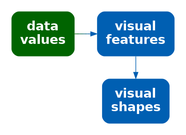
The Graphviz diagram Diagrams/data-vis-shape.png in pmur002/hdvw, before a commit. Its source is kept beside it as Diagrams/data-vis-shape.dot.
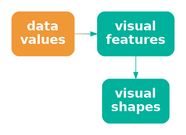
Later version of the same file.

What changed in the source:
```diff
@@ -1,12 +1,12 @@
 digraph {
   graph [ rankdir=LR; margin=.2; nodesep=.5 ];
   node [ fontsize=20; fontname="sans bold"; margin=.2 ];
-  data [ label="data\nvalues"; shape=box; style="filled, rounded"; penwidth=0; fontcolor=white; fillcolor="#006400" ]
+  data [ label="data\nvalues"; shape=box; style="filled, rounded"; penwidth=0; fontcolor=white; fillcolor="#F09736" ]
   vis [ label="visual\nfeatures"; shape=box;
-     style="filled, rounded"; penwidth=0; fontcolor=white; fillcolor="#005FB2" ]
+     style="filled, rounded"; penwidth=0; fontcolor=white; fillcolor="#00B19B" ]
   shape [ label="visual\nshapes"; shape=box;
-       style="filled, rounded"; penwidth=0; fontcolor=white; fillcolor="#005FB2" ]
-  data -> vis [ color="#006400;0.1:#006314;0.1:#006328;0.1:#00623B;0.1:#00624F;0.1:#006163;0.1:#006177;0.1:#00608A;0.1:#00609E;0.1:#005FB2;0.1" ]
-  vis -> shape [ color="#005FB2" ]
+       style="filled, rounded"; penwidth=0; fontcolor=white; fillcolor="#00B19B" ]
+  data -> vis [ color="#F09736;0.1:#D59A41;0.1:#BB9D4C;0.1:#A0A058;0.1:#85A363;0.1:#6BA56E;0.1:#50A879;0.1:#35AB85;0.1:#1BAE90;0.1:#00B19B;0.1" ]
+  vis -> shape [ color="#00B19B" ]
 { rank=same; vis, shape }
 }
```
